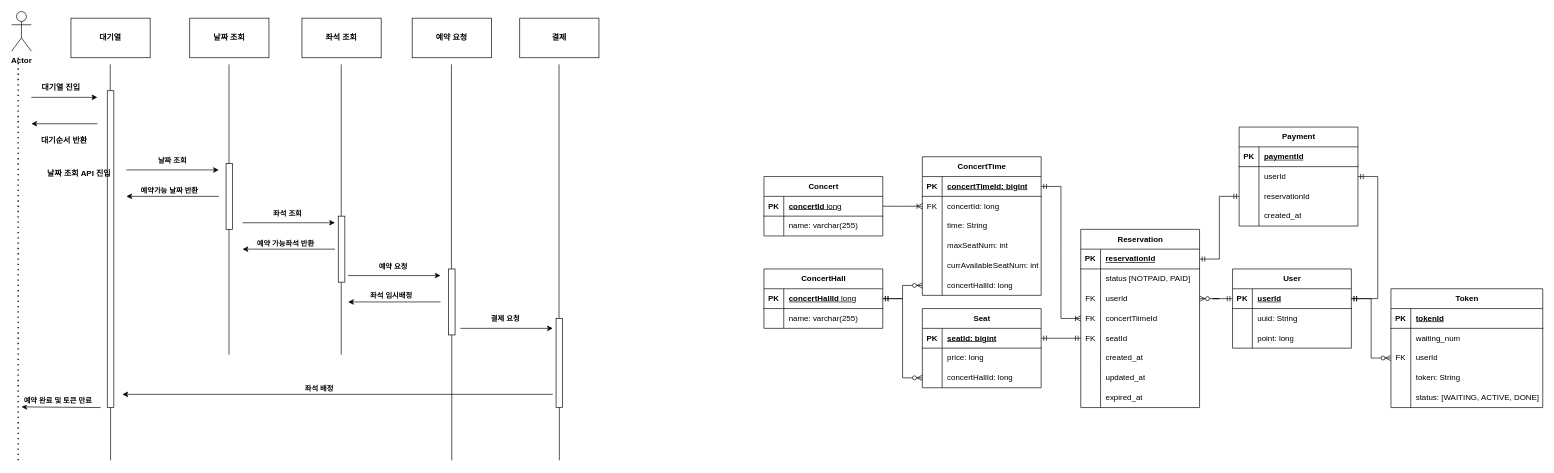
This is concertTicketing.drawio from watanka/ticketing, a draw.io file, before an edit. Source tidied: cells renumbered, new cells numbered last; positions are measured from the earlier drawing's top-left corner, leaving out a move shared by most shapes. Both pictures are drawn from the tidied source at 66%, with x=0, y=0 at pixel (11, 11).
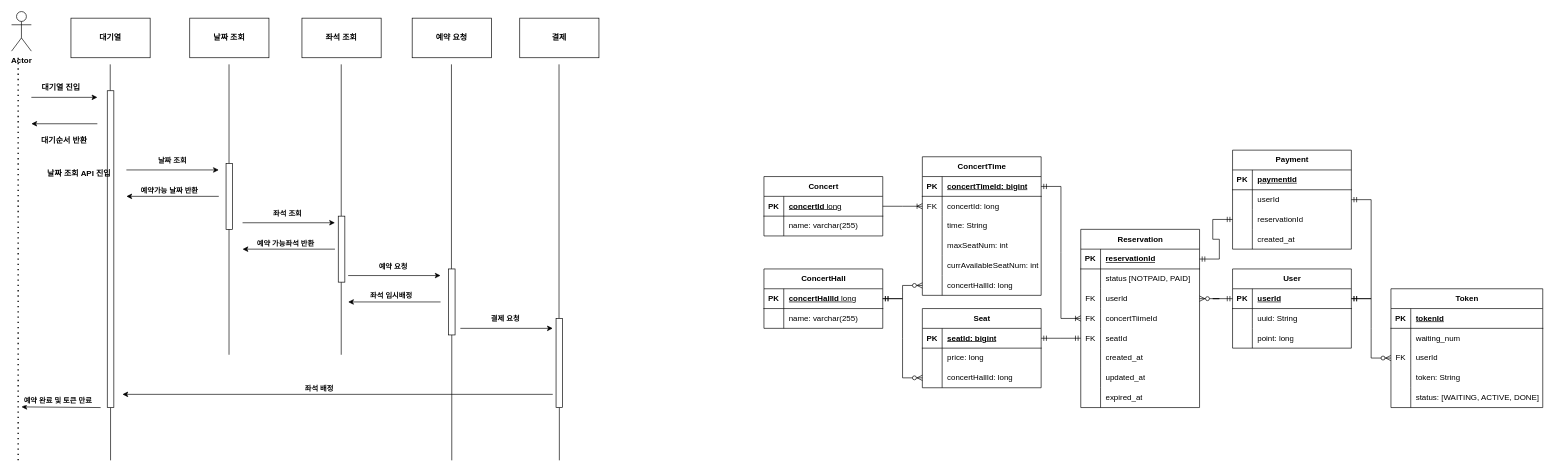
Above is the later version.

Unchanged cells that the change refers to:
```xml
<mxCell id="64" style="shape=tableRow;horizontal=0;startSize=0;swimlaneHead=0;swimlaneBody=0;fillColor=none;points=[[0,0.5],[1,0.5]];portConstraint=eastwest;top=0;left=0;right=0;bottom=1;" parent="63" vertex="1">
  <mxGeometry y="30" width="180" height="30" as="geometry" />
</mxCell>
<mxCell id="89" style="shape=tableRow;horizontal=0;startSize=0;swimlaneHead=0;swimlaneBody=0;fillColor=none;points=[[0,0.5],[1,0.5]];portConstraint=eastwest;top=0;left=0;right=0;bottom=1;" parent="88" vertex="1">
  <mxGeometry y="30" width="180" height="30" as="geometry" />
</mxCell>
<mxCell id="144" style="shape=tableRow;horizontal=0;startSize=0;swimlaneHead=0;swimlaneBody=0;fillColor=none;points=[[0,0.5],[1,0.5]];portConstraint=eastwest;top=0;left=0;right=0;bottom=0;" parent="140" vertex="1">
  <mxGeometry y="60" width="180" height="30" as="geometry" />
</mxCell>
<mxCell id="147" style="shape=tableRow;horizontal=0;startSize=0;swimlaneHead=0;swimlaneBody=0;fillColor=none;points=[[0,0.5],[1,0.5]];portConstraint=eastwest;top=0;left=0;right=0;bottom=0;" parent="140" vertex="1">
  <mxGeometry y="90" width="180" height="30" as="geometry" />
</mxCell>
```

Change to the diagram source:
```diff
@@
     <mxCell id="140" value="Payment" style="shape=table;startSize=30;childLayout=tableLayout;rowLines=0;fontStyle=1;align=center;html=1;" parent="1" vertex="1">
-      <mxGeometry x="1860" y="175" width="180" height="150" as="geometry" />
+      <mxGeometry x="1850" y="210" width="180" height="150" as="geometry" />
     </mxCell>
@@
-    <mxCell id="153" style="edgeStyle=entityRelationEdgeStyle;fontSize=12;html=1;endArrow=ERmandOne;startArrow=ERmandOne;rounded=0;entryX=1;entryY=0.5;entryDx=0;entryDy=0;" parent="1" edge="1" target="89">
-      <mxGeometry relative="1" as="geometry">
-        <mxPoint x="2040" y="250" as="sourcePoint" />
-      </mxGeometry>
+    <mxCell id="153" style="edgeStyle=entityRelationEdgeStyle;fontSize=12;html=1;endArrow=ERmandOne;startArrow=ERmandOne;rounded=0;entryX=1;entryY=0.5;entryDx=0;entryDy=0;exitX=1;exitY=0.5;exitDx=0;exitDy=0;" parent="1" edge="1" source="144" target="89">
+      <mxGeometry relative="1" as="geometry" />
     </mxCell>
-    <mxCell id="154" style="edgeStyle=entityRelationEdgeStyle;fontSize=12;html=1;endArrow=ERmandOne;startArrow=ERmandOne;rounded=0;entryX=0;entryY=0.5;entryDx=0;entryDy=0;exitX=1;exitY=0.5;exitDx=0;exitDy=0;" parent="1" edge="1" source="64" target="147">
-      <mxGeometry relative="1" as="geometry" />
+    <mxCell id="154" style="edgeStyle=entityRelationEdgeStyle;fontSize=12;html=1;endArrow=ERmandOne;startArrow=ERmandOne;rounded=0;exitX=1;exitY=0.5;exitDx=0;exitDy=0;entryX=0;entryY=0.5;entryDx=0;entryDy=0;" parent="1" edge="1" source="64" target="147">
+      <mxGeometry relative="1" as="geometry">
+        <Array as="points">
+          <mxPoint x="1820" y="360" />
+          <mxPoint x="1820" y="360" />
+          <mxPoint x="1820" y="370" />
+        </Array>
+      </mxGeometry>
     </mxCell>
```
